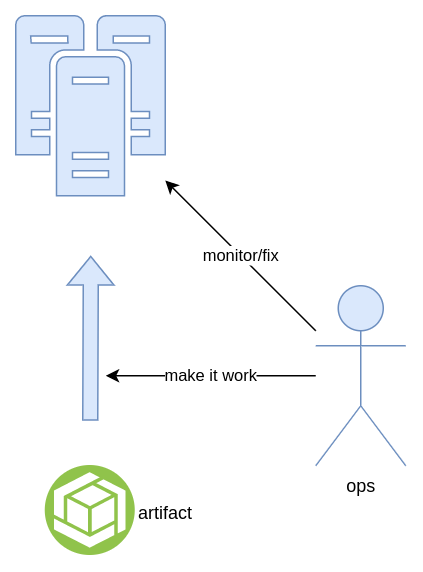
Above: slides/images/ops_role.png in ip025/cloud-native-questionmark (draw.io), before the change. Source tidied: cells renumbered, new cells last; positions are measured from the earlier drawing's top-left corner, leaving out a move shared by most shapes.
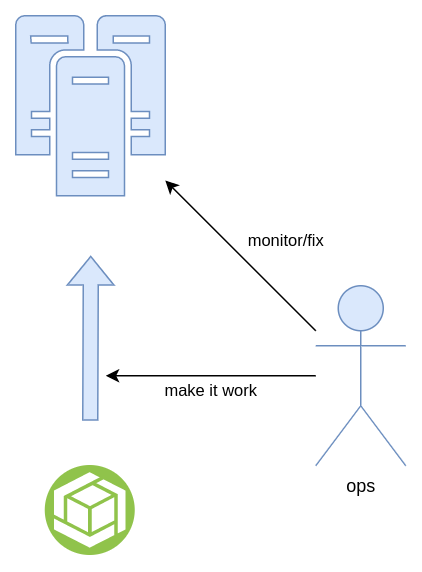
After the commit.

What changed in the source:
```diff
@@ -2,28 +2,28 @@
   <root>
     <mxCell id="0" />
     <mxCell id="1" parent="0" />
-    <mxCell id="2" value="ops" style="shape=umlActor;verticalLabelPosition=bottom;verticalAlign=top;html=1;outlineConnect=0;fillColor=#dae8fc;strokeColor=#6c8ebf;" parent="1" vertex="1">
+    <mxCell id="2" value="ops" style="shape=umlActor;verticalLabelPosition=bottom;verticalAlign=top;html=1;outlineConnect=0;fillColor=#dae8fc;strokeColor=#6c8ebf;labelBackgroundColor=none;" parent="1" vertex="1">
       <mxGeometry x="200" y="180" width="60" height="120" as="geometry" />
     </mxCell>
-    <mxCell id="3" value="artifact" style="perimeter=ellipsePerimeter;html=1;align=left;shadow=0;dashed=0;fontColor=#000000;labelBackgroundColor=#ffffff;fontSize=12;spacingTop=3;image;image=img/lib/ibm/vpc/ObjectStorage.svg;labelPosition=right;verticalLabelPosition=middle;verticalAlign=middle;" parent="1" vertex="1">
+    <mxCell id="3" style="perimeter=ellipsePerimeter;html=1;align=left;shadow=0;dashed=0;fontColor=#000000;labelBackgroundColor=none;fontSize=12;spacingTop=3;image;image=img/lib/ibm/vpc/ObjectStorage.svg;labelPosition=right;verticalLabelPosition=middle;verticalAlign=middle;" parent="1" vertex="1">
       <mxGeometry x="19.8" y="300" width="60" height="60" as="geometry" />
     </mxCell>
-    <mxCell id="4" style="sketch=0;shadow=0;dashed=0;html=1;strokeColor=#6c8ebf;fillColor=#dae8fc;labelPosition=center;verticalLabelPosition=bottom;verticalAlign=top;outlineConnect=0;align=center;shape=mxgraph.office.servers.cluster_server;" parent="1" vertex="1">
+    <mxCell id="4" style="sketch=0;shadow=0;dashed=0;html=1;strokeColor=#6c8ebf;fillColor=#dae8fc;labelPosition=center;verticalLabelPosition=bottom;verticalAlign=top;outlineConnect=0;align=center;shape=mxgraph.office.servers.cluster_server;labelBackgroundColor=none;" parent="1" vertex="1">
       <mxGeometry width="99.7" height="120" as="geometry" />
     </mxCell>
-    <mxCell id="5" style="shape=flexArrow;endArrow=classic;html=1;rounded=0;fontColor=#000000;fillColor=#dae8fc;strokeColor=#6c8ebf;" parent="1" edge="1">
+    <mxCell id="5" style="shape=flexArrow;endArrow=classic;html=1;rounded=0;fontColor=#000000;fillColor=#dae8fc;strokeColor=#6c8ebf;labelBackgroundColor=none;" parent="1" edge="1">
       <mxGeometry relative="1" as="geometry">
         <mxPoint x="49.6" y="270" as="sourcePoint" />
         <mxPoint x="50" y="160" as="targetPoint" />
       </mxGeometry>
     </mxCell>
-    <mxCell id="6" value="make it work" style="endArrow=classic;html=1;rounded=0;fontColor=#000000;" parent="1" edge="1" source="2">
-      <mxGeometry relative="1" as="geometry">
+    <mxCell id="6" value="make it work" style="endArrow=classic;html=1;rounded=0;fontColor=#000000;labelBackgroundColor=none;" parent="1" edge="1" source="2">
+      <mxGeometry y="10" relative="1" as="geometry">
         <mxPoint x="60" y="240" as="targetPoint" />
       </mxGeometry>
     </mxCell>
-    <mxCell id="7" value="monitor/fix" style="endArrow=classic;html=1;rounded=0;fontColor=#000000;" parent="1" edge="1" source="2" target="4">
-      <mxGeometry relative="1" as="geometry" />
+    <mxCell id="7" value="monitor/fix" style="endArrow=classic;html=1;rounded=0;fontColor=#000000;labelBackgroundColor=none;" parent="1" edge="1" source="2" target="4">
+      <mxGeometry x="-0.2" y="-28" relative="1" as="geometry" />
     </mxCell>
   </root>
 </mxGraphModel>
```
